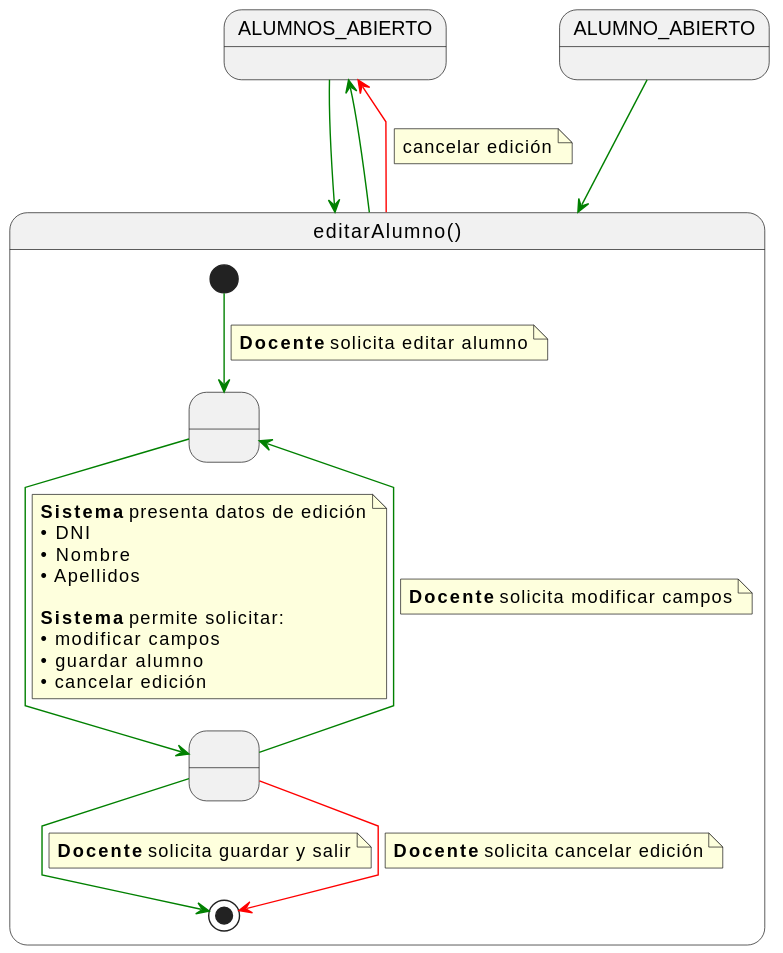
martinlopez7/25-26-IdSw1-SdR keeps this PlantUML diagram as documents/casos-de-uso/detalladoCasosDeUso/editarAlumno/editarAlumno.svg. Above is the earlier version.
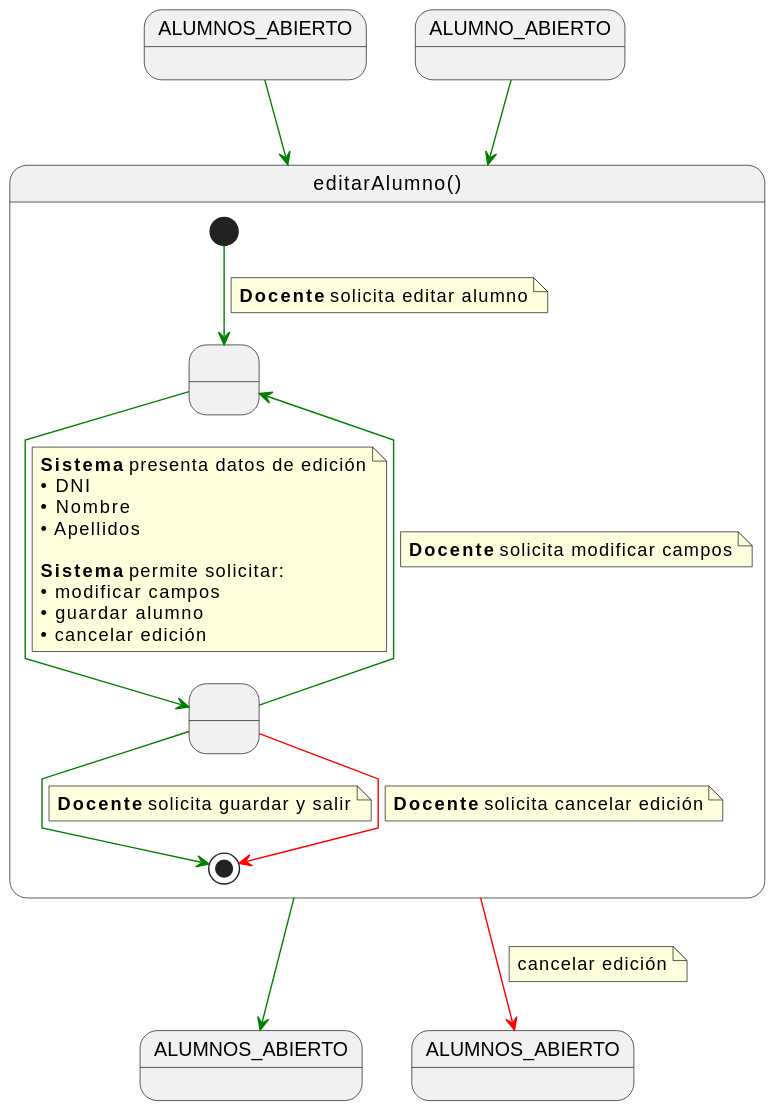
After the commit.

The edit, as a diff of the source:
```diff
@@ -2,6 +2,8 @@
 skinparam linetype polyline
 
 state ALUMNOS_ABIERTO
+state ALUMNOS_ABIERTO2 as "ALUMNOS_ABIERTO"
+state ALUMNOS_ABIERTO3 as "ALUMNOS_ABIERTO"
 
 ALUMNOS_ABIERTO -[#green]-> editarAlumno
 
@@ -46,9 +48,9 @@
     end note
 }
 
-editarAlumno -[#green]-> ALUMNOS_ABIERTO
+editarAlumno -[#green]-> ALUMNOS_ABIERTO2
 
-editarAlumno -[#red]-> ALUMNOS_ABIERTO
+editarAlumno -[#red]-> ALUMNOS_ABIERTO3
 note on link
 cancelar edición
 end note
```
